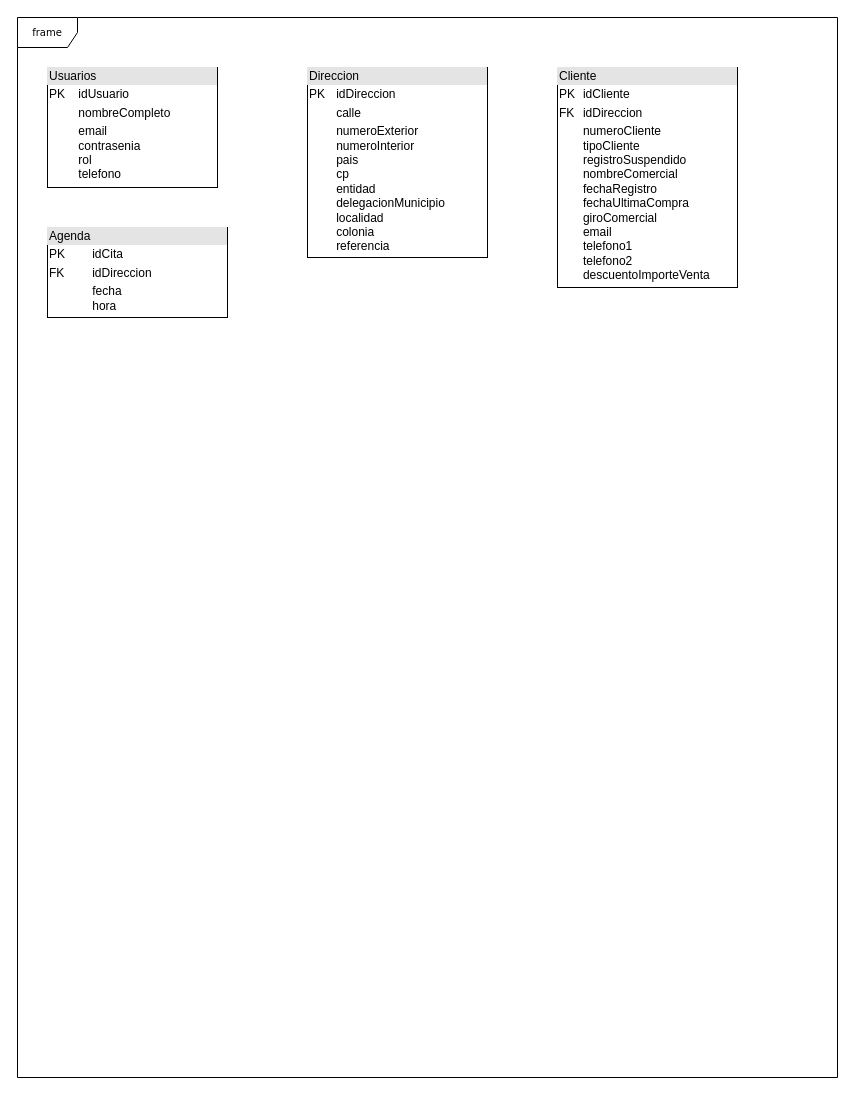
The draw.io diagram UML-Clientes.drawio in agustin-ollin/Doc-PROMEZ, before the edit. Source tidied: cells renumbered, new cells numbered last; positions are measured from the earlier drawing's top-left corner, leaving out a move shared by most shapes. Both pictures are drawn from the tidied source at 100%, with x=0, y=0 at pixel (17, 17).
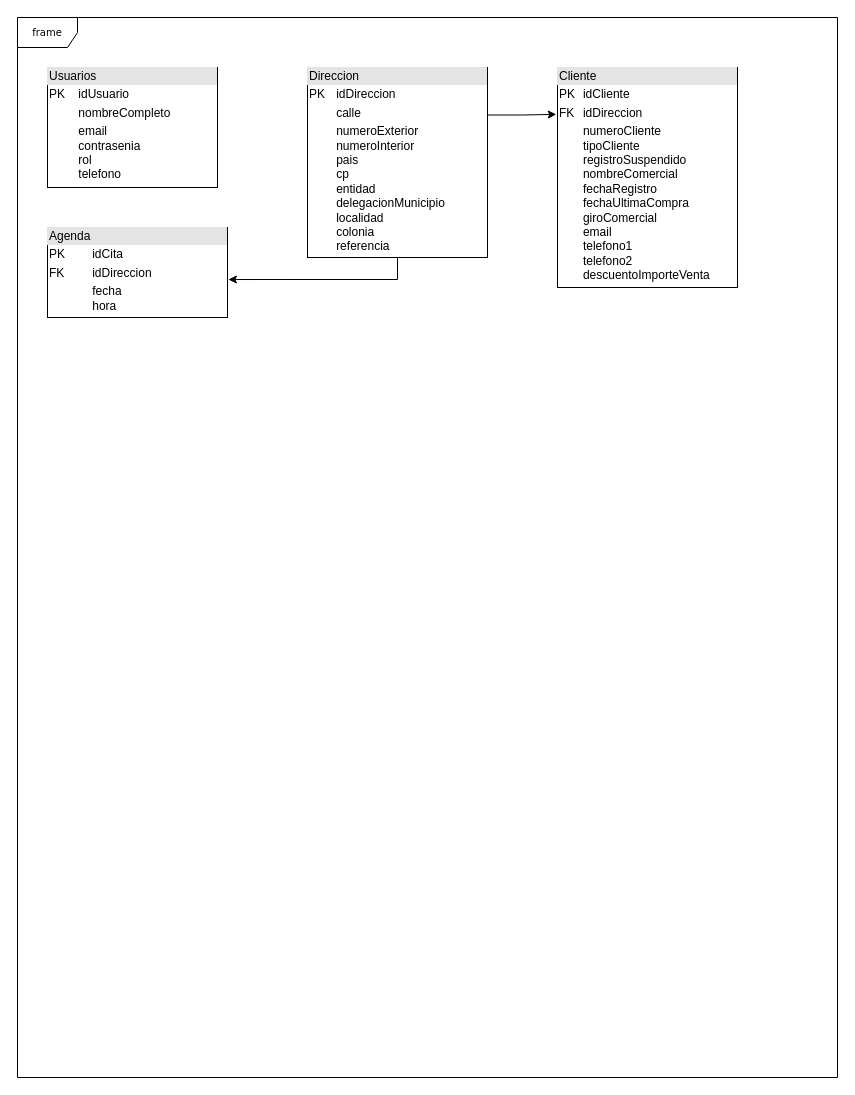
The same page after the edit.

What changed in the source:
```diff
@@
 <mxGraphModel>
   <root>
     <mxCell id="0" />
     <mxCell id="1" parent="0" />
     <mxCell id="2" value="frame" style="shape=umlFrame;whiteSpace=wrap;html=1;rounded=0;shadow=0;comic=0;labelBackgroundColor=none;strokeWidth=1;fontFamily=Verdana;fontSize=10;align=center;" parent="1" vertex="1">
       <mxGeometry width="820" height="1060" as="geometry" />
     </mxCell>
     <mxCell id="3" value="&lt;div style=&quot;box-sizing:border-box;width:100%;background:#e4e4e4;padding:2px;&quot;&gt;Usuarios&lt;/div&gt;&lt;table style=&quot;width:100%;font-size:1em;&quot; cellpadding=&quot;2&quot; cellspacing=&quot;0&quot;&gt;&lt;tbody&gt;&lt;tr&gt;&lt;td&gt;PK&lt;/td&gt;&lt;td&gt;idUsuario&lt;/td&gt;&lt;/tr&gt;&lt;tr&gt;&lt;td&gt;&lt;br&gt;&lt;/td&gt;&lt;td&gt;nombreCompleto&lt;/td&gt;&lt;/tr&gt;&lt;tr&gt;&lt;td&gt;&lt;/td&gt;&lt;td&gt;email&lt;br&gt;contrasenia&lt;br&gt;rol&lt;br&gt;telefono&lt;/td&gt;&lt;/tr&gt;&lt;/tbody&gt;&lt;/table&gt;" style="verticalAlign=top;align=left;overflow=fill;html=1;whiteSpace=wrap;" parent="1" vertex="1">
       <mxGeometry x="30" y="50" width="170" height="120" as="geometry" />
     </mxCell>
+    <mxCell id="7" style="edgeStyle=orthogonalEdgeStyle;rounded=0;jettySize=auto;html=1;exitX=1;exitY=0.25;exitDx=0;exitDy=0;entryX=-0.007;entryY=0.213;entryDx=0;entryDy=0;entryPerimeter=0;" parent="1" edge="1" source="4" target="6">
+      <mxGeometry relative="1" as="geometry" />
+    </mxCell>
+    <mxCell id="8" style="edgeStyle=orthogonalEdgeStyle;rounded=0;jettySize=auto;html=1;exitX=0.5;exitY=1;exitDx=0;exitDy=0;entryX=1.005;entryY=0.578;entryDx=0;entryDy=0;entryPerimeter=0;" parent="1" edge="1" source="4" target="5">
+      <mxGeometry relative="1" as="geometry" />
+    </mxCell>
     <mxCell id="4" value="&lt;div style=&quot;box-sizing:border-box;width:100%;background:#e4e4e4;padding:2px;&quot;&gt;Direccion&lt;/div&gt;&lt;table style=&quot;width:100%;font-size:1em;&quot; cellpadding=&quot;2&quot; cellspacing=&quot;0&quot;&gt;&lt;tbody&gt;&lt;tr&gt;&lt;td&gt;PK&lt;/td&gt;&lt;td&gt;idDireccion&lt;/td&gt;&lt;/tr&gt;&lt;tr&gt;&lt;td&gt;&lt;br&gt;&lt;/td&gt;&lt;td&gt;calle&lt;/td&gt;&lt;/tr&gt;&lt;tr&gt;&lt;td&gt;&lt;/td&gt;&lt;td&gt;numeroExterior&lt;br&gt;numeroInterior&lt;br&gt;pais&lt;br&gt;cp&lt;br&gt;entidad&lt;br&gt;delegacionMunicipio&lt;br&gt;localidad&lt;br&gt;colonia&lt;br&gt;referencia&lt;/td&gt;&lt;/tr&gt;&lt;/tbody&gt;&lt;/table&gt;" style="verticalAlign=top;align=left;overflow=fill;html=1;whiteSpace=wrap;" parent="1" vertex="1">
       <mxGeometry x="290" y="50" width="180" height="190" as="geometry" />
     </mxCell>
     <mxCell id="5" value="&lt;div style=&quot;box-sizing:border-box;width:100%;background:#e4e4e4;padding:2px;&quot;&gt;Agenda&lt;/div&gt;&lt;table style=&quot;width:100%;font-size:1em;&quot; cellpadding=&quot;2&quot; cellspacing=&quot;0&quot;&gt;&lt;tbody&gt;&lt;tr&gt;&lt;td&gt;PK&lt;/td&gt;&lt;td&gt;idCita&lt;/td&gt;&lt;/tr&gt;&lt;tr&gt;&lt;td&gt;FK&lt;/td&gt;&lt;td&gt;idDireccion&lt;/td&gt;&lt;/tr&gt;&lt;tr&gt;&lt;td&gt;&lt;/td&gt;&lt;td&gt;fecha&lt;br&gt;hora&lt;br&gt;&lt;/td&gt;&lt;/tr&gt;&lt;/tbody&gt;&lt;/table&gt;" style="verticalAlign=top;align=left;overflow=fill;html=1;whiteSpace=wrap;" parent="1" vertex="1">
       <mxGeometry x="30" y="210" width="180" height="90" as="geometry" />
     </mxCell>
     <mxCell id="6" value="&lt;div style=&quot;box-sizing:border-box;width:100%;background:#e4e4e4;padding:2px;&quot;&gt;Cliente&lt;/div&gt;&lt;table style=&quot;width:100%;font-size:1em;&quot; cellpadding=&quot;2&quot; cellspacing=&quot;0&quot;&gt;&lt;tbody&gt;&lt;tr&gt;&lt;td&gt;PK&lt;/td&gt;&lt;td&gt;idCliente&lt;/td&gt;&lt;/tr&gt;&lt;tr&gt;&lt;td&gt;FK&lt;/td&gt;&lt;td&gt;idDireccion&lt;/td&gt;&lt;/tr&gt;&lt;tr&gt;&lt;td&gt;&lt;/td&gt;&lt;td&gt;numeroCliente&lt;br&gt;tipoCliente&lt;br style=&quot;border-color: var(--border-color);&quot;&gt;registroSuspendido&lt;br style=&quot;border-color: var(--border-color);&quot;&gt;nombreComercial&lt;br style=&quot;border-color: var(--border-color);&quot;&gt;fechaRegistro&lt;br style=&quot;border-color: var(--border-color);&quot;&gt;fechaUltimaCompra&lt;br style=&quot;border-color: var(--border-color);&quot;&gt;giroComercial&lt;br style=&quot;border-color: var(--border-color);&quot;&gt;email&lt;br style=&quot;border-color: var(--border-color);&quot;&gt;telefono1&lt;br style=&quot;border-color: var(--border-color);&quot;&gt;telefono2&lt;br style=&quot;border-color: var(--border-color);&quot;&gt;descuentoImporteVenta&lt;br&gt;&lt;/td&gt;&lt;/tr&gt;&lt;/tbody&gt;&lt;/table&gt;" style="verticalAlign=top;align=left;overflow=fill;html=1;whiteSpace=wrap;" parent="1" vertex="1">
       <mxGeometry x="540" y="50" width="180" height="220" as="geometry" />
     </mxCell>
   </root>
 </mxGraphModel>
```
